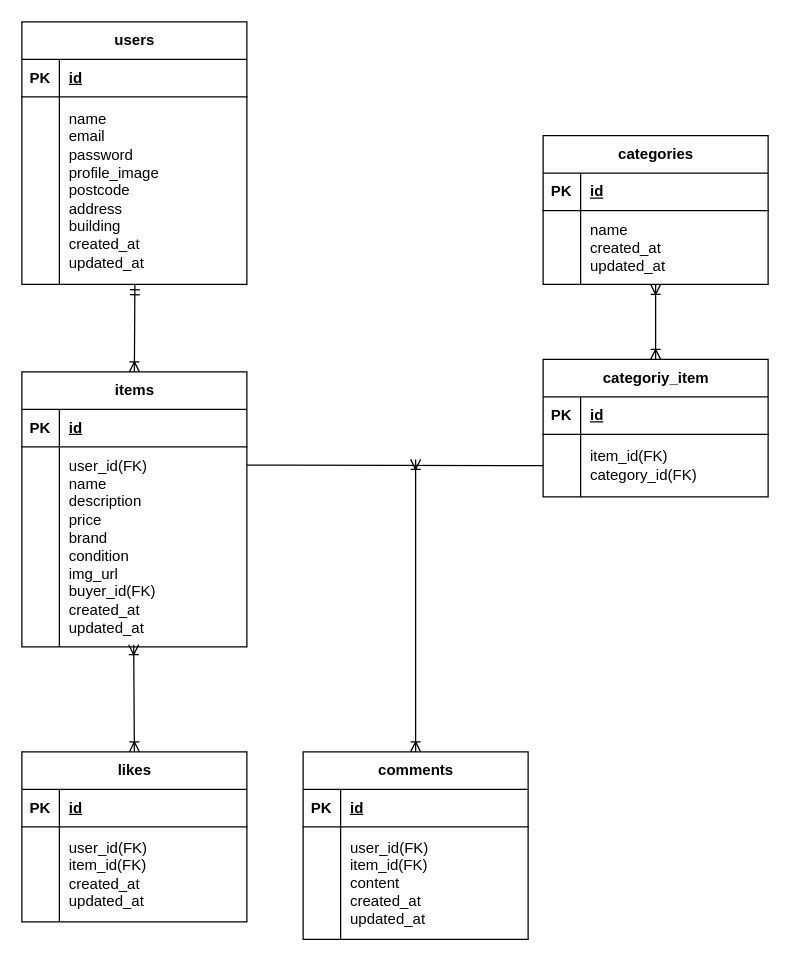
Earlier version of the draw.io diagram docker/er.drawio (Mantis4590/laravel-fleamarket). Source tidied: cells renumbered, new cells numbered last; positions are measured from the earlier drawing's top-left corner, leaving out a move shared by most shapes. Both pictures are drawn from the tidied source at 125%, with x=0, y=0 at pixel (21, 21).
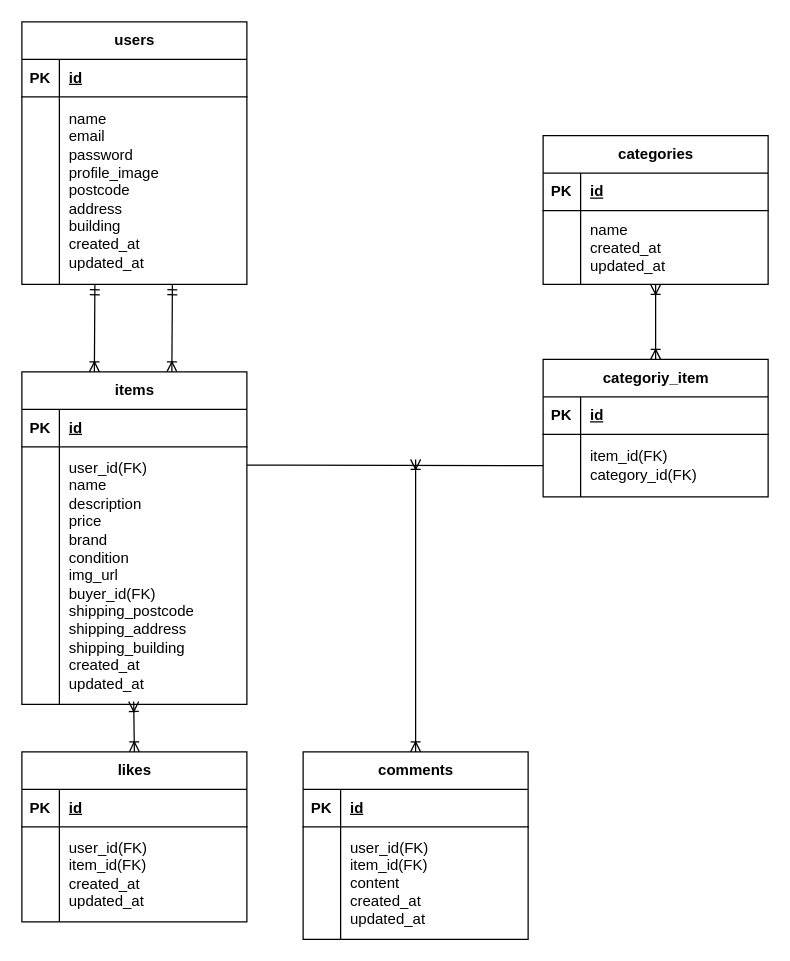
After the change.

What changed in the source:
```diff
@@
     <mxCell id="9" value="items" style="shape=table;startSize=30;childLayout=tableLayout;rowLines=0;fontStyle=1;align=center;html=1;" parent="1" vertex="1">
-      <mxGeometry y="280" width="180" height="220" as="geometry" />
+      <mxGeometry y="280" width="180" height="266" as="geometry" />
     </mxCell>
@@
     <mxCell id="13" style="shape=tableRow;horizontal=0;startSize=0;swimlaneHead=0;swimlaneBody=0;fillColor=none;points=[[0,0.5],[1,0.5]];portConstraint=eastwest;top=0;left=0;right=0;bottom=0;" parent="9" vertex="1">
-      <mxGeometry y="60" width="180" height="160" as="geometry" />
+      <mxGeometry y="60" width="180" height="206" as="geometry" />
     </mxCell>
     <mxCell id="14" style="shape=partialRectangle;fillColor=none;top=0;left=0;bottom=0;right=0;overflow=hidden;whiteSpace=wrap;html=1;" parent="13" vertex="1">
-      <mxGeometry width="30" height="160" as="geometry" />
+      <mxGeometry width="30" height="206" as="geometry" />
     </mxCell>
-    <mxCell id="15" value="user_id(FK)&lt;div&gt;name&lt;/div&gt;&lt;div&gt;description&lt;/div&gt;&lt;div&gt;price&lt;/div&gt;&lt;div&gt;brand&lt;/div&gt;&lt;div&gt;condition&lt;/div&gt;&lt;div&gt;img_url&lt;/div&gt;&lt;div&gt;buyer_id(FK)&lt;/div&gt;&lt;div&gt;created_at&lt;/div&gt;&lt;div&gt;updated_at&lt;/div&gt;" style="shape=partialRectangle;fillColor=none;top=0;left=0;bottom=0;right=0;align=left;spacingLeft=6;overflow=hidden;whiteSpace=wrap;html=1;" parent="13" vertex="1">
-      <mxGeometry x="30" width="150" height="160" as="geometry" />
+    <mxCell id="15" value="user_id(FK)&lt;div&gt;name&lt;/div&gt;&lt;div&gt;description&lt;/div&gt;&lt;div&gt;price&lt;/div&gt;&lt;div&gt;brand&lt;/div&gt;&lt;div&gt;condition&lt;/div&gt;&lt;div&gt;img_url&lt;/div&gt;&lt;div&gt;buyer_id(FK)&lt;/div&gt;&lt;div&gt;shipping_postcode&lt;/div&gt;&lt;div&gt;shipping_address&lt;/div&gt;&lt;div&gt;shipping_building&lt;/div&gt;&lt;div&gt;created_at&lt;/div&gt;&lt;div&gt;updated_at&lt;/div&gt;" style="shape=partialRectangle;fillColor=none;top=0;left=0;bottom=0;right=0;align=left;spacingLeft=6;overflow=hidden;whiteSpace=wrap;html=1;" parent="13" vertex="1">
+      <mxGeometry x="30" width="150" height="206" as="geometry" />
     </mxCell>
@@
-    <mxCell id="44" style="fontSize=12;html=1;endArrow=ERoneToMany;startArrow=ERmandOne;exitX=0.502;exitY=1.01;exitDx=0;exitDy=0;exitPerimeter=0;entryX=0.5;entryY=0;entryDx=0;entryDy=0;rounded=0;" parent="1" edge="1" target="9">
+    <mxCell id="44" style="fontSize=12;html=1;endArrow=ERoneToMany;startArrow=ERmandOne;exitX=0.502;exitY=1.01;exitDx=0;exitDy=0;exitPerimeter=0;entryX=0.5;entryY=0;entryDx=0;entryDy=0;rounded=0;" parent="1" edge="1">
       <mxGeometry relative="1" as="geometry">
-        <mxPoint x="90.4" y="210.3" as="sourcePoint" />
+        <mxPoint x="58.4" y="210.3" as="sourcePoint" />
+        <mxPoint x="58" y="280" as="targetPoint" />
       </mxGeometry>
     </mxCell>
@@
+    <mxCell id="49" style="fontSize=12;html=1;endArrow=ERoneToMany;startArrow=ERmandOne;exitX=0.502;exitY=1.01;exitDx=0;exitDy=0;exitPerimeter=0;entryX=0.5;entryY=0;entryDx=0;entryDy=0;rounded=0;" parent="1" edge="1">
+      <mxGeometry relative="1" as="geometry">
+        <mxPoint x="120.4" y="210.3" as="sourcePoint" />
+        <mxPoint x="120" y="280" as="targetPoint" />
+      </mxGeometry>
+    </mxCell>
```
